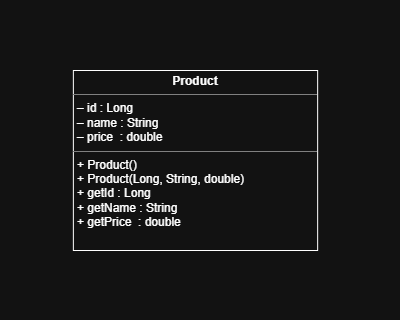
Above: docs/uml/Product.png in chathuranga-K/products-api (draw.io), before the change. Source tidied: cells renumbered, new cells last; positions are measured from the earlier drawing's top-left corner, leaving out a move shared by most shapes.
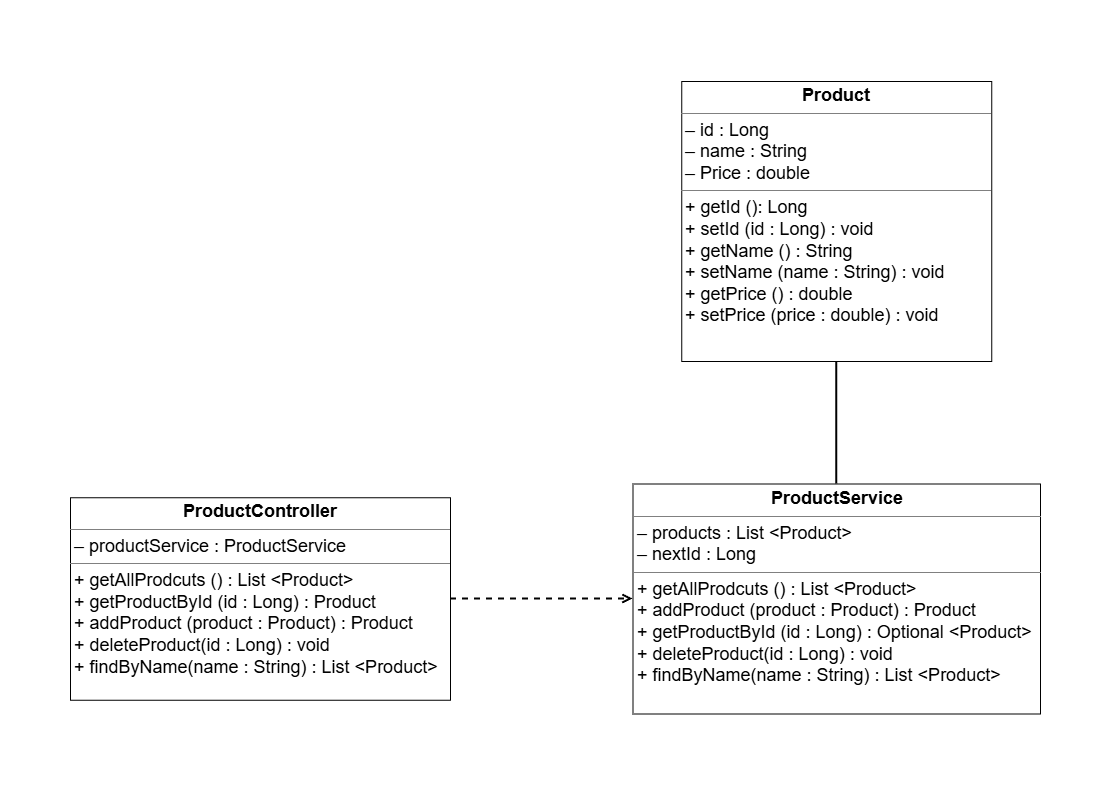
The same file after the commit.

Commit message:
PlantUML for the Tutorial 3 diagram

Diff of the diagram source:
```diff
@@ -2,11 +2,23 @@
   <root>
     <mxCell id="0" />
     <mxCell id="1" parent="0" />
-    <mxCell id="2" style="rounded=0;whiteSpace=wrap;html=1;fillColor=light-dark(#121212,#FFFFFF);strokeColor=none;" parent="1" vertex="1">
-      <mxGeometry width="400" height="320" as="geometry" />
-    </mxCell>
-    <mxCell id="3" value="&lt;p style=&quot;margin:0px;margin-top:4px;text-align:center;&quot;&gt;&lt;b style=&quot;color: light-dark(rgb(255, 255, 255), rgb(0, 0, 0));&quot;&gt;Product&lt;/b&gt;&lt;/p&gt;&lt;hr size=&quot;1&quot; style=&quot;border-style:solid;&quot;&gt;&lt;p style=&quot;margin:0px;margin-left:4px;&quot;&gt;&lt;span style=&quot;color: light-dark(rgb(255, 255, 255), rgb(0, 0, 0));&quot;&gt;– id : Long&lt;br&gt;– name : String&lt;/span&gt;&lt;/p&gt;&lt;p style=&quot;margin:0px;margin-left:4px;&quot;&gt;&lt;span style=&quot;color: light-dark(rgb(255, 255, 255), rgb(0, 0, 0));&quot;&gt;– price&amp;nbsp; : double&lt;/span&gt;&lt;/p&gt;&lt;hr size=&quot;1&quot; style=&quot;border-style:solid;&quot;&gt;&lt;p style=&quot;margin:0px;margin-left:4px;&quot;&gt;&lt;span style=&quot;color: light-dark(rgb(255, 255, 255), rgb(0, 0, 0));&quot;&gt;+ Product()&lt;br&gt;+ Product(Long, String, double)&lt;/span&gt;&lt;/p&gt;&lt;p style=&quot;margin:0px;margin-left:4px;&quot;&gt;&lt;span style=&quot;color: light-dark(rgb(255, 255, 255), rgb(0, 0, 0));&quot;&gt;+ getId : Long&lt;/span&gt;&lt;/p&gt;&lt;p style=&quot;margin:0px;margin-left:4px;&quot;&gt;&lt;span style=&quot;color: light-dark(rgb(255, 255, 255), rgb(0, 0, 0));&quot;&gt;+ getName : String&lt;/span&gt;&lt;/p&gt;&lt;p style=&quot;margin:0px;margin-left:4px;&quot;&gt;&lt;span style=&quot;color: light-dark(rgb(255, 255, 255), rgb(0, 0, 0));&quot;&gt;+ getPrice&amp;nbsp; : double&lt;/span&gt;&lt;/p&gt;" style="verticalAlign=top;align=left;overflow=fill;html=1;whiteSpace=wrap;fillColor=none;strokeColor=light-dark(#FFFFFF,#000000);" parent="1" vertex="1">
-      <mxGeometry x="72.9" y="70" width="244.3" height="180" as="geometry" />
-    </mxCell>
+    <mxCell id="4" style="rounded=1;whiteSpace=wrap;html=1;absoluteArcSize=1;arcSize=14;strokeWidth=2;strokeColor=none;fillColor=none;" parent="1" vertex="1">
+      <mxGeometry x="-800" y="-1.2" width="1120" height="801.2" as="geometry" />
+    </mxCell>
+    <mxCell id="5" value="&lt;p style=&quot;margin:0px;margin-top:4px;text-align:center;&quot;&gt;&lt;b style=&quot;background-color: transparent; color: light-dark(#000000, var(--ge-light-color, #ffffff));&quot;&gt;&lt;font style=&quot;font-size: 18px;&quot;&gt;Product&lt;/font&gt;&lt;/b&gt;&lt;/p&gt;&lt;hr size=&quot;1&quot; style=&quot;border-style:solid;&quot;&gt;&lt;p style=&quot;margin:0px;margin-left:4px;&quot;&gt;&lt;font style=&quot;font-size: 18px;&quot;&gt;– id : Long&lt;/font&gt;&lt;/p&gt;&lt;p style=&quot;margin:0px;margin-left:4px;&quot;&gt;&lt;font style=&quot;font-size: 18px;&quot;&gt;– name : String&lt;/font&gt;&lt;/p&gt;&lt;p style=&quot;margin:0px;margin-left:4px;&quot;&gt;&lt;font style=&quot;font-size: 18px;&quot;&gt;– Price : double&lt;/font&gt;&lt;/p&gt;&lt;hr size=&quot;1&quot; style=&quot;border-style:solid;&quot;&gt;&lt;p style=&quot;margin:0px;margin-left:4px;&quot;&gt;&lt;font style=&quot;font-size: 18px;&quot;&gt;+ getId (): Long&lt;br&gt;+ setId (id : Long) : void&lt;/font&gt;&lt;/p&gt;&lt;p style=&quot;margin:0px;margin-left:4px;&quot;&gt;&lt;font style=&quot;font-size: 18px;&quot;&gt;+ getName () : String&lt;/font&gt;&lt;/p&gt;&lt;p style=&quot;margin:0px;margin-left:4px;&quot;&gt;&lt;font style=&quot;font-size: 18px;&quot;&gt;+ setName (name : String) : void&lt;/font&gt;&lt;/p&gt;&lt;p style=&quot;margin:0px;margin-left:4px;&quot;&gt;&lt;font style=&quot;font-size: 18px;&quot;&gt;+ getPrice () : double&lt;/font&gt;&lt;/p&gt;&lt;p style=&quot;margin:0px;margin-left:4px;&quot;&gt;&lt;font style=&quot;font-size: 18px;&quot;&gt;+ setPrice (price : double) : void&lt;/font&gt;&lt;/p&gt;&lt;p style=&quot;margin:0px;margin-left:4px;&quot;&gt;&lt;br&gt;&lt;/p&gt;" style="verticalAlign=top;align=left;overflow=fill;html=1;whiteSpace=wrap;fillColor=none;" parent="1" vertex="1">
+      <mxGeometry x="-118.8" y="80" width="310" height="280" as="geometry" />
+    </mxCell>
+    <mxCell id="6" style="edgeStyle=orthogonalEdgeStyle;rounded=0;jettySize=auto;html=1;exitX=0.5;exitY=0;exitDx=0;exitDy=0;endArrow=none;endFill=0;strokeWidth=2;entryX=0.5;entryY=1;entryDx=0;entryDy=0;" parent="1" edge="1" source="7" target="5">
+      <mxGeometry relative="1" as="geometry" />
+    </mxCell>
+    <mxCell id="7" value="&lt;p style=&quot;margin:0px;margin-top:4px;text-align:center;&quot;&gt;&lt;b style=&quot;background-color: transparent; color: light-dark(#000000, var(--ge-light-color, #ffffff));&quot;&gt;&lt;font style=&quot;font-size: 18px;&quot;&gt;ProductService&lt;/font&gt;&lt;/b&gt;&lt;/p&gt;&lt;hr size=&quot;1&quot; style=&quot;border-style:solid;&quot;&gt;&lt;p style=&quot;margin:0px;margin-left:4px;&quot;&gt;&lt;font style=&quot;font-size: 18px;&quot;&gt;– products : List &amp;lt;Product&amp;gt;&lt;/font&gt;&lt;/p&gt;&lt;p style=&quot;margin:0px;margin-left:4px;&quot;&gt;&lt;font style=&quot;font-size: 18px;&quot;&gt;– nextId : Long&lt;/font&gt;&lt;/p&gt;&lt;hr size=&quot;1&quot; style=&quot;border-style:solid;&quot;&gt;&lt;p style=&quot;margin:0px;margin-left:4px;&quot;&gt;&lt;font style=&quot;font-size: 18px;&quot;&gt;+ getAllProdcuts () : List &amp;lt;Product&amp;gt;&lt;br&gt;+ addProduct (product : Product) : Product&lt;/font&gt;&lt;/p&gt;&lt;p style=&quot;margin:0px;margin-left:4px;&quot;&gt;&lt;font style=&quot;font-size: 18px;&quot;&gt;+ getProductById (id : Long) : Optional &amp;lt;Product&amp;gt;&lt;/font&gt;&lt;/p&gt;&lt;p style=&quot;margin:0px;margin-left:4px;&quot;&gt;&lt;font style=&quot;font-size: 18px;&quot;&gt;+ deleteProduct(id : Long) : void&lt;/font&gt;&lt;/p&gt;&lt;p style=&quot;margin:0px;margin-left:4px;&quot;&gt;&lt;font style=&quot;font-size: 18px;&quot;&gt;+ findByName(name : String) : List &amp;lt;Product&amp;gt;&lt;/font&gt;&lt;/p&gt;" style="verticalAlign=top;align=left;overflow=fill;html=1;whiteSpace=wrap;fillColor=none;" parent="1" vertex="1">
+      <mxGeometry x="-167.5" y="482.5" width="407.5" height="230" as="geometry" />
+    </mxCell>
+    <mxCell id="8" style="edgeStyle=orthogonalEdgeStyle;rounded=0;jettySize=auto;html=1;exitX=1;exitY=0.5;exitDx=0;exitDy=0;entryX=0;entryY=0.5;entryDx=0;entryDy=0;strokeWidth=2;dashed=1;endArrow=open;endFill=0;" parent="1" edge="1" source="9" target="7">
+      <mxGeometry relative="1" as="geometry" />
+    </mxCell>
+    <mxCell id="9" value="&lt;p style=&quot;margin:0px;margin-top:4px;text-align:center;&quot;&gt;&lt;b style=&quot;background-color: transparent; color: light-dark(#000000, var(--ge-light-color, #ffffff));&quot;&gt;&lt;font style=&quot;font-size: 18px;&quot;&gt;ProductController&lt;/font&gt;&lt;/b&gt;&lt;/p&gt;&lt;hr size=&quot;1&quot; style=&quot;border-style:solid;&quot;&gt;&lt;p style=&quot;margin:0px;margin-left:4px;&quot;&gt;&lt;font style=&quot;font-size: 18px;&quot;&gt;– productService : ProductService&lt;/font&gt;&lt;/p&gt;&lt;hr size=&quot;1&quot; style=&quot;border-style:solid;&quot;&gt;&lt;p style=&quot;margin:0px;margin-left:4px;&quot;&gt;&lt;font style=&quot;font-size: 18px;&quot;&gt;+ getAllProdcuts () : List &amp;lt;Product&amp;gt;&lt;br&gt;&lt;/font&gt;&lt;/p&gt;&lt;p style=&quot;margin:0px;margin-left:4px;&quot;&gt;&lt;font style=&quot;font-size: 18px;&quot;&gt;+ getProductById (id : Long) : Product&lt;/font&gt;&lt;/p&gt;&lt;p style=&quot;margin:0px;margin-left:4px;&quot;&gt;&lt;font style=&quot;font-size: 18px;&quot;&gt;+ addProduct (product : Product) : Product&lt;/font&gt;&lt;/p&gt;&lt;p style=&quot;margin:0px;margin-left:4px;&quot;&gt;&lt;font style=&quot;font-size: 18px;&quot;&gt;+ deleteProduct(id : Long) : void&lt;/font&gt;&lt;/p&gt;&lt;p style=&quot;margin:0px;margin-left:4px;&quot;&gt;&lt;font style=&quot;font-size: 18px;&quot;&gt;+ findByName(name : String) : List &amp;lt;Product&amp;gt;&lt;/font&gt;&lt;/p&gt;" style="verticalAlign=top;align=left;overflow=fill;html=1;whiteSpace=wrap;fillColor=none;" parent="1" vertex="1">
+      <mxGeometry x="-730" y="496.2" width="380" height="202.5" as="geometry" />
+    </mxCell>
   </root>
 </mxGraphModel>
```
